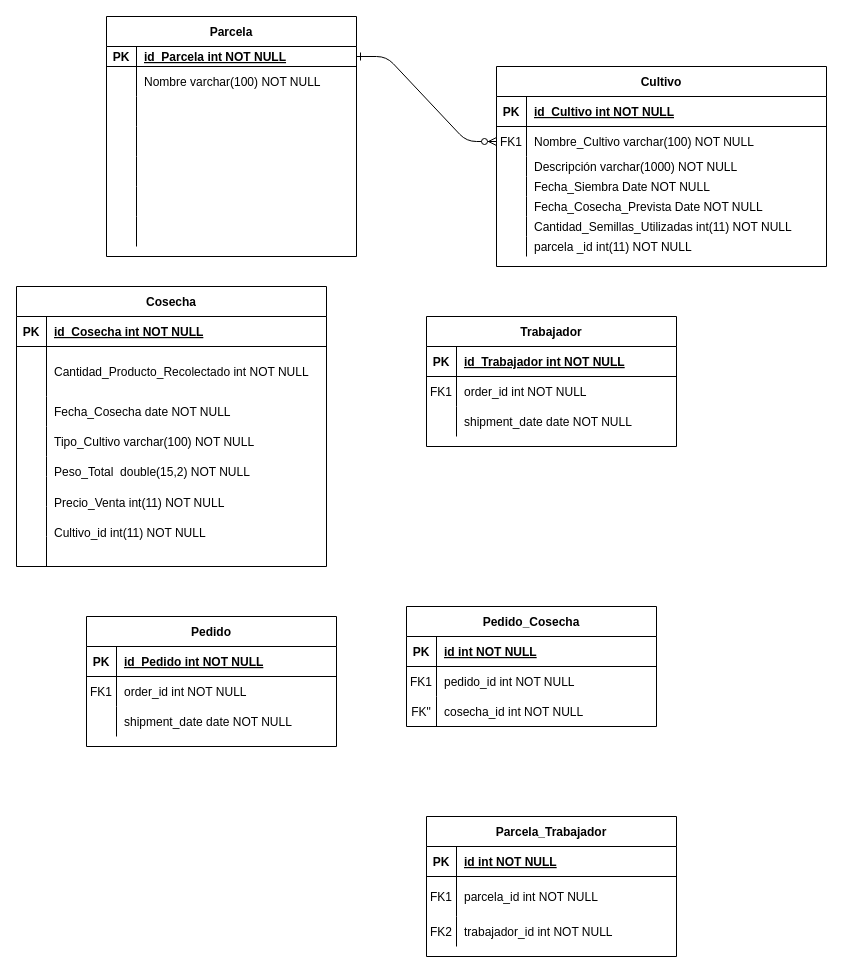
JonhNino/Tarea1Especializacion keeps this draw.io diagram as Diagrama sin título.drawio. Above is the earlier version. Source tidied: cells renumbered, new cells numbered last; positions are measured from the earlier drawing's top-left corner, leaving out a move shared by most shapes. Both pictures are drawn from the tidied source at 100%, with x=0, y=0 at pixel (16, 16).
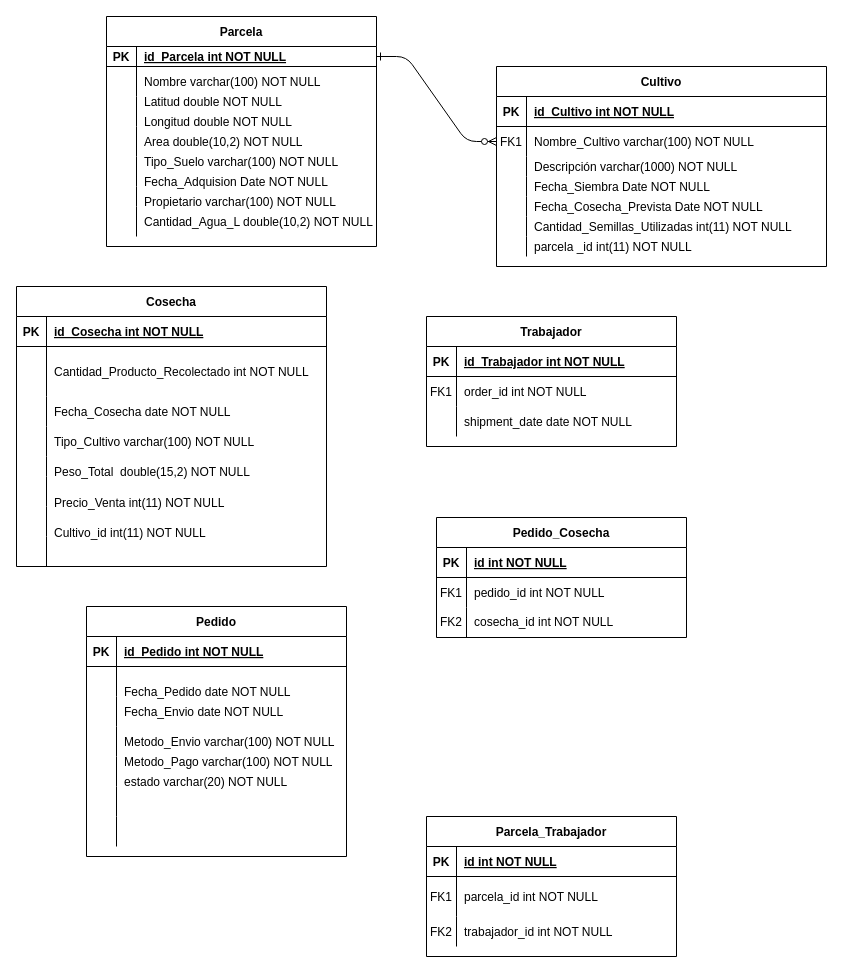
Above is the later version.

Diff of the diagram source:
```diff
@@
     <mxCell id="35" value="Parcela" style="shape=table;startSize=30;childLayout=tableLayout;rowLines=0;fontStyle=1;align=center;" parent="1" vertex="1">
-      <mxGeometry x="90" width="250" height="240" as="geometry" />
+      <mxGeometry x="90" width="270" height="230" as="geometry" />
     </mxCell>
     <mxCell id="36" style="shape=partialRectangle;fillColor=none;points=[[0,0.5],[1,0.5]];portConstraint=eastwest;top=0;left=0;right=0;bottom=1;" parent="35" vertex="1">
-      <mxGeometry y="30" width="250" height="20" as="geometry" />
+      <mxGeometry y="30" width="270" height="20" as="geometry" />
     </mxCell>
@@
     <mxCell id="38" value="id_Parcela int NOT NULL " style="shape=partialRectangle;overflow=hidden;fillColor=none;top=0;left=0;bottom=0;right=0;align=left;spacingLeft=6;fontStyle=5;" parent="36" vertex="1">
-      <mxGeometry x="30" width="220" height="20" as="geometry" />
+      <mxGeometry x="30" width="240" height="20" as="geometry" />
     </mxCell>
     <mxCell id="39" style="shape=partialRectangle;fillColor=none;top=0;left=0;right=0;bottom=0;" parent="35" vertex="1">
-      <mxGeometry y="50" width="250" height="30" as="geometry" />
+      <mxGeometry y="50" width="270" height="30" as="geometry" />
     </mxCell>
@@
     <mxCell id="41" value="Nombre varchar(100) NOT NULL" style="shape=partialRectangle;overflow=hidden;fillColor=none;top=0;left=0;bottom=0;right=0;align=left;spacingLeft=6;" parent="39" vertex="1">
-      <mxGeometry x="30" width="220" height="30" as="geometry" />
+      <mxGeometry x="30" width="240" height="30" as="geometry" />
     </mxCell>
     <mxCell id="42" style="shape=partialRectangle;fillColor=none;top=0;left=0;right=0;bottom=0;" parent="35" vertex="1">
-      <mxGeometry y="80" width="250" height="30" as="geometry" />
+      <mxGeometry y="80" width="270" height="30" as="geometry" />
     </mxCell>
@@
     <mxCell id="44" style="shape=partialRectangle;overflow=hidden;fillColor=none;top=0;left=0;bottom=0;right=0;align=left;spacingLeft=6;" parent="42" vertex="1">
-      <mxGeometry x="30" width="220" height="30" as="geometry" />
+      <mxGeometry x="30" width="240" height="30" as="geometry" />
     </mxCell>
     <mxCell id="45" style="shape=partialRectangle;fillColor=none;top=0;left=0;right=0;bottom=0;" parent="35" vertex="1">
-      <mxGeometry y="110" width="250" height="30" as="geometry" />
+      <mxGeometry y="110" width="270" height="30" as="geometry" />
     </mxCell>
@@
     <mxCell id="47" style="shape=partialRectangle;overflow=hidden;fillColor=none;top=0;left=0;bottom=0;right=0;align=left;spacingLeft=6;" parent="45" vertex="1">
-      <mxGeometry x="30" width="220" height="30" as="geometry" />
+      <mxGeometry x="30" width="240" height="30" as="geometry" />
     </mxCell>
     <mxCell id="48" style="shape=partialRectangle;fillColor=none;top=0;left=0;right=0;bottom=0;" parent="35" vertex="1">
-      <mxGeometry y="140" width="250" height="30" as="geometry" />
+      <mxGeometry y="140" width="270" height="30" as="geometry" />
     </mxCell>
@@
     <mxCell id="50" style="shape=partialRectangle;overflow=hidden;fillColor=none;top=0;left=0;bottom=0;right=0;align=left;spacingLeft=6;" parent="48" vertex="1">
-      <mxGeometry x="30" width="220" height="30" as="geometry" />
+      <mxGeometry x="30" width="240" height="30" as="geometry" />
     </mxCell>
     <mxCell id="51" style="shape=partialRectangle;fillColor=none;top=0;left=0;right=0;bottom=0;" parent="35" vertex="1">
-      <mxGeometry y="170" width="250" height="30" as="geometry" />
+      <mxGeometry y="170" width="270" height="20" as="geometry" />
     </mxCell>
     <mxCell id="52" style="shape=partialRectangle;overflow=hidden;fillColor=none;top=0;left=0;bottom=0;right=0;" parent="51" vertex="1">
-      <mxGeometry width="30" height="30" as="geometry" />
+      <mxGeometry width="30" height="20" as="geometry" />
     </mxCell>
     <mxCell id="53" style="shape=partialRectangle;overflow=hidden;fillColor=none;top=0;left=0;bottom=0;right=0;align=left;spacingLeft=6;" parent="51" vertex="1">
-      <mxGeometry x="30" width="220" height="30" as="geometry" />
+      <mxGeometry x="30" width="240" height="20" as="geometry" />
     </mxCell>
     <mxCell id="54" style="shape=partialRectangle;fillColor=none;top=0;left=0;right=0;bottom=0;" parent="35" vertex="1">
-      <mxGeometry y="200" width="250" height="30" as="geometry" />
+      <mxGeometry y="190" width="270" height="30" as="geometry" />
     </mxCell>
@@
     <mxCell id="56" style="shape=partialRectangle;overflow=hidden;fillColor=none;top=0;left=0;bottom=0;right=0;align=left;spacingLeft=6;" parent="54" vertex="1">
-      <mxGeometry x="30" width="220" height="30" as="geometry" />
+      <mxGeometry x="30" width="240" height="30" as="geometry" />
     </mxCell>
@@
     <mxCell id="82" value="Pedido" style="shape=table;startSize=30;childLayout=tableLayout;rowLines=0;fontStyle=1;align=center;" parent="1" vertex="1">
-      <mxGeometry x="70" y="600" width="250" height="130" as="geometry" />
+      <mxGeometry x="70" y="590" width="260" height="250" as="geometry" />
     </mxCell>
     <mxCell id="83" style="shape=partialRectangle;fillColor=none;top=0;left=0;right=0;bottom=1;" parent="82" vertex="1">
-      <mxGeometry y="30" width="250" height="30" as="geometry" />
+      <mxGeometry y="30" width="260" height="30" as="geometry" />
     </mxCell>
@@
     <mxCell id="85" value="id_Pedido int NOT NULL" style="shape=partialRectangle;overflow=hidden;fillColor=none;top=0;left=0;bottom=0;right=0;align=left;spacingLeft=6;fontStyle=5;" parent="83" vertex="1">
-      <mxGeometry x="30" width="220" height="30" as="geometry" />
+      <mxGeometry x="30" width="230" height="30" as="geometry" />
     </mxCell>
     <mxCell id="86" style="shape=partialRectangle;fillColor=none;top=0;left=0;right=0;bottom=0;" parent="82" vertex="1">
-      <mxGeometry y="60" width="250" height="30" as="geometry" />
+      <mxGeometry y="60" width="260" height="30" as="geometry" />
     </mxCell>
-    <mxCell id="87" value="FK1" style="shape=partialRectangle;overflow=hidden;fillColor=none;top=0;left=0;bottom=0;right=0;" parent="86" vertex="1">
+    <mxCell id="87" style="shape=partialRectangle;overflow=hidden;fillColor=none;top=0;left=0;bottom=0;right=0;" parent="86" vertex="1">
       <mxGeometry width="30" height="30" as="geometry" />
     </mxCell>
-    <mxCell id="88" value="order_id int NOT NULL" style="shape=partialRectangle;overflow=hidden;fillColor=none;top=0;left=0;bottom=0;right=0;align=left;spacingLeft=6;" parent="86" vertex="1">
-      <mxGeometry x="30" width="220" height="30" as="geometry" />
+    <mxCell id="88" style="shape=partialRectangle;overflow=hidden;fillColor=none;top=0;left=0;bottom=0;right=0;align=left;spacingLeft=6;" parent="86" vertex="1">
+      <mxGeometry x="30" width="230" height="30" as="geometry" />
     </mxCell>
+    <mxCell id="126" style="shape=partialRectangle;fillColor=none;top=0;left=0;right=0;bottom=0;" parent="82" vertex="1">
+      <mxGeometry y="90" width="260" height="30" as="geometry" />
+    </mxCell>
+    <mxCell id="127" style="shape=partialRectangle;overflow=hidden;fillColor=none;top=0;left=0;bottom=0;right=0;" parent="126" vertex="1">
+      <mxGeometry width="30" height="30" as="geometry" />
+    </mxCell>
+    <mxCell id="128" style="shape=partialRectangle;overflow=hidden;fillColor=none;top=0;left=0;bottom=0;right=0;align=left;spacingLeft=6;" parent="126" vertex="1">
+      <mxGeometry x="30" width="230" height="30" as="geometry" />
+    </mxCell>
     <mxCell id="89" style="shape=partialRectangle;fillColor=none;top=0;left=0;right=0;bottom=0;" parent="82" vertex="1">
-      <mxGeometry y="90" width="250" height="30" as="geometry" />
+      <mxGeometry y="120" width="260" height="30" as="geometry" />
     </mxCell>
@@
-    <mxCell id="91" value="shipment_date date NOT NULL" style="shape=partialRectangle;overflow=hidden;fillColor=none;top=0;left=0;bottom=0;right=0;align=left;spacingLeft=6;" parent="89" vertex="1">
-      <mxGeometry x="30" width="220" height="30" as="geometry" />
+    <mxCell id="91" value="Metodo_Envio varchar(100) NOT NULL" style="shape=partialRectangle;overflow=hidden;fillColor=none;top=0;left=0;bottom=0;right=0;align=left;spacingLeft=6;" parent="89" vertex="1">
+      <mxGeometry x="30" width="230" height="30" as="geometry" />
     </mxCell>
+    <mxCell id="129" style="shape=partialRectangle;fillColor=none;top=0;left=0;right=0;bottom=0;" parent="82" vertex="1">
+      <mxGeometry y="150" width="260" height="30" as="geometry" />
+    </mxCell>
+    <mxCell id="130" style="shape=partialRectangle;overflow=hidden;fillColor=none;top=0;left=0;bottom=0;right=0;" parent="129" vertex="1">
+      <mxGeometry width="30" height="30" as="geometry" />
+    </mxCell>
+    <mxCell id="131" style="shape=partialRectangle;overflow=hidden;fillColor=none;top=0;left=0;bottom=0;right=0;align=left;spacingLeft=6;" parent="129" vertex="1">
+      <mxGeometry x="30" width="230" height="30" as="geometry" />
+    </mxCell>
+    <mxCell id="132" style="shape=partialRectangle;fillColor=none;top=0;left=0;right=0;bottom=0;" parent="82" vertex="1">
+      <mxGeometry y="180" width="260" height="30" as="geometry" />
+    </mxCell>
+    <mxCell id="133" style="shape=partialRectangle;overflow=hidden;fillColor=none;top=0;left=0;bottom=0;right=0;" parent="132" vertex="1">
+      <mxGeometry width="30" height="30" as="geometry" />
+    </mxCell>
+    <mxCell id="134" style="shape=partialRectangle;overflow=hidden;fillColor=none;top=0;left=0;bottom=0;right=0;align=left;spacingLeft=6;" parent="132" vertex="1">
+      <mxGeometry x="30" width="230" height="30" as="geometry" />
+    </mxCell>
+    <mxCell id="135" style="shape=partialRectangle;fillColor=none;top=0;left=0;right=0;bottom=0;" parent="82" vertex="1">
+      <mxGeometry y="210" width="260" height="30" as="geometry" />
+    </mxCell>
+    <mxCell id="136" style="shape=partialRectangle;overflow=hidden;fillColor=none;top=0;left=0;bottom=0;right=0;" parent="135" vertex="1">
+      <mxGeometry width="30" height="30" as="geometry" />
+    </mxCell>
+    <mxCell id="137" style="shape=partialRectangle;overflow=hidden;fillColor=none;top=0;left=0;bottom=0;right=0;align=left;spacingLeft=6;" parent="135" vertex="1">
+      <mxGeometry x="30" width="230" height="30" as="geometry" />
+    </mxCell>
     <mxCell id="92" value="Pedido_Cosecha" style="shape=table;startSize=30;childLayout=tableLayout;rowLines=0;fontStyle=1;align=center;" parent="1" vertex="1">
-      <mxGeometry x="390" y="590" width="250" height="120" as="geometry" />
+      <mxGeometry x="420" y="501" width="250" height="120" as="geometry" />
     </mxCell>
@@
     <mxCell id="115" style="shape=partialRectangle;fillColor=none;top=0;left=0;right=0;bottom=0;" parent="1" vertex="1">
-      <mxGeometry x="390" y="680" width="250" height="30" as="geometry" />
+      <mxGeometry x="420" y="590" width="250" height="30" as="geometry" />
     </mxCell>
-    <mxCell id="116" value="FK&quot;" style="shape=partialRectangle;overflow=hidden;fillColor=none;top=0;left=0;bottom=0;right=0;" parent="115" vertex="1">
+    <mxCell id="116" value="FK2" style="shape=partialRectangle;overflow=hidden;fillColor=none;top=0;left=0;bottom=0;right=0;" parent="115" vertex="1">
       <mxGeometry width="30" height="30" as="geometry" />
     </mxCell>
@@
+    <mxCell id="138" style="shape=partialRectangle;fillColor=none;top=0;left=0;right=0;bottom=0;" parent="1" vertex="1">
+      <mxGeometry x="90" y="70" width="250" height="30" as="geometry" />
+    </mxCell>
+    <mxCell id="139" style="shape=partialRectangle;overflow=hidden;fillColor=none;top=0;left=0;bottom=0;right=0;" parent="138" vertex="1">
+      <mxGeometry width="30" height="30" as="geometry" />
+    </mxCell>
+    <mxCell id="140" value="Latitud double NOT NULL" style="shape=partialRectangle;overflow=hidden;fillColor=none;top=0;left=0;bottom=0;right=0;align=left;spacingLeft=6;" parent="138" vertex="1">
+      <mxGeometry x="30" width="220" height="30" as="geometry" />
+    </mxCell>
+    <mxCell id="141" style="shape=partialRectangle;fillColor=none;top=0;left=0;right=0;bottom=0;" parent="1" vertex="1">
+      <mxGeometry x="90" y="90" width="250" height="30" as="geometry" />
+    </mxCell>
+    <mxCell id="142" style="shape=partialRectangle;overflow=hidden;fillColor=none;top=0;left=0;bottom=0;right=0;" parent="141" vertex="1">
+      <mxGeometry width="30" height="30" as="geometry" />
+    </mxCell>
+    <mxCell id="143" value="Longitud double NOT NULL" style="shape=partialRectangle;overflow=hidden;fillColor=none;top=0;left=0;bottom=0;right=0;align=left;spacingLeft=6;" parent="141" vertex="1">
+      <mxGeometry x="30" width="220" height="30" as="geometry" />
+    </mxCell>
+    <mxCell id="144" style="shape=partialRectangle;fillColor=none;top=0;left=0;right=0;bottom=0;" parent="1" vertex="1">
+      <mxGeometry x="90" y="110" width="250" height="30" as="geometry" />
+    </mxCell>
+    <mxCell id="145" style="shape=partialRectangle;overflow=hidden;fillColor=none;top=0;left=0;bottom=0;right=0;" parent="144" vertex="1">
+      <mxGeometry width="30" height="30" as="geometry" />
+    </mxCell>
+    <mxCell id="146" value="Area double(10,2) NOT NULL" style="shape=partialRectangle;overflow=hidden;fillColor=none;top=0;left=0;bottom=0;right=0;align=left;spacingLeft=6;" parent="144" vertex="1">
+      <mxGeometry x="30" width="220" height="30" as="geometry" />
+    </mxCell>
+    <mxCell id="147" style="shape=partialRectangle;fillColor=none;top=0;left=0;right=0;bottom=0;" parent="1" vertex="1">
+      <mxGeometry x="90" y="130" width="250" height="30" as="geometry" />
+    </mxCell>
+    <mxCell id="148" style="shape=partialRectangle;overflow=hidden;fillColor=none;top=0;left=0;bottom=0;right=0;" parent="147" vertex="1">
+      <mxGeometry width="30" height="30" as="geometry" />
+    </mxCell>
+    <mxCell id="149" value="Tipo_Suelo varchar(100) NOT NULL" style="shape=partialRectangle;overflow=hidden;fillColor=none;top=0;left=0;bottom=0;right=0;align=left;spacingLeft=6;" parent="147" vertex="1">
+      <mxGeometry x="30" width="220" height="30" as="geometry" />
+    </mxCell>
+    <mxCell id="150" style="shape=partialRectangle;fillColor=none;top=0;left=0;right=0;bottom=0;" parent="1" vertex="1">
+      <mxGeometry x="90" y="150" width="250" height="30" as="geometry" />
+    </mxCell>
+    <mxCell id="151" style="shape=partialRectangle;overflow=hidden;fillColor=none;top=0;left=0;bottom=0;right=0;" parent="150" vertex="1">
+      <mxGeometry width="30" height="30" as="geometry" />
+    </mxCell>
+    <mxCell id="152" value="Fecha_Adquision Date NOT NULL" style="shape=partialRectangle;overflow=hidden;fillColor=none;top=0;left=0;bottom=0;right=0;align=left;spacingLeft=6;" parent="150" vertex="1">
+      <mxGeometry x="30" width="220" height="30" as="geometry" />
+    </mxCell>
+    <mxCell id="153" style="shape=partialRectangle;fillColor=none;top=0;left=0;right=0;bottom=0;" parent="1" vertex="1">
+      <mxGeometry x="80" y="170" width="270" height="30" as="geometry" />
+    </mxCell>
+    <mxCell id="154" style="shape=partialRectangle;overflow=hidden;fillColor=none;top=0;left=0;bottom=0;right=0;" parent="153" vertex="1">
+      <mxGeometry width="32.4" height="30" as="geometry" />
+    </mxCell>
+    <mxCell id="155" value="Propietario varchar(100) NOT NULL" style="shape=partialRectangle;overflow=hidden;fillColor=none;top=0;left=0;bottom=0;right=0;align=left;spacingLeft=6;" parent="153" vertex="1">
+      <mxGeometry x="40" width="237.6" height="30" as="geometry" />
+    </mxCell>
+    <mxCell id="156" style="shape=partialRectangle;fillColor=none;top=0;left=0;right=0;bottom=0;" parent="1" vertex="1">
+      <mxGeometry x="80" y="190" width="270" height="30" as="geometry" />
+    </mxCell>
+    <mxCell id="157" style="shape=partialRectangle;overflow=hidden;fillColor=none;top=0;left=0;bottom=0;right=0;" parent="156" vertex="1">
+      <mxGeometry width="32.4" height="30" as="geometry" />
+    </mxCell>
+    <mxCell id="158" value="Cantidad_Agua_L double(10,2) NOT NULL" style="shape=partialRectangle;overflow=hidden;fillColor=none;top=0;left=0;bottom=0;right=0;align=left;spacingLeft=6;" parent="156" vertex="1">
+      <mxGeometry x="40" width="237.6" height="30" as="geometry" />
+    </mxCell>
+    <mxCell id="159" value="Fecha_Envio date NOT NULL" style="shape=partialRectangle;overflow=hidden;fillColor=none;top=0;left=0;bottom=0;right=0;align=left;spacingLeft=6;" parent="1" vertex="1">
+      <mxGeometry x="100" y="680" width="220" height="30" as="geometry" />
+    </mxCell>
+    <mxCell id="160" style="shape=partialRectangle;fillColor=none;top=0;left=0;right=0;bottom=0;" parent="1" vertex="1">
+      <mxGeometry x="70" y="660" width="250" height="30" as="geometry" />
+    </mxCell>
+    <mxCell id="161" value="Fecha_Pedido date NOT NULL" style="shape=partialRectangle;overflow=hidden;fillColor=none;top=0;left=0;bottom=0;right=0;align=left;spacingLeft=6;" parent="160" vertex="1">
+      <mxGeometry x="30" width="220" height="30" as="geometry" />
+    </mxCell>
+    <mxCell id="162" value="Metodo_Pago varchar(100) NOT NULL" style="shape=partialRectangle;overflow=hidden;fillColor=none;top=0;left=0;bottom=0;right=0;align=left;spacingLeft=6;" parent="1" vertex="1">
+      <mxGeometry x="100" y="730" width="230" height="30" as="geometry" />
+    </mxCell>
+    <mxCell id="163" value="estado varchar(20) NOT NULL" style="shape=partialRectangle;overflow=hidden;fillColor=none;top=0;left=0;bottom=0;right=0;align=left;spacingLeft=6;" parent="1" vertex="1">
+      <mxGeometry x="100" y="750" width="230" height="30" as="geometry" />
+    </mxCell>
```
